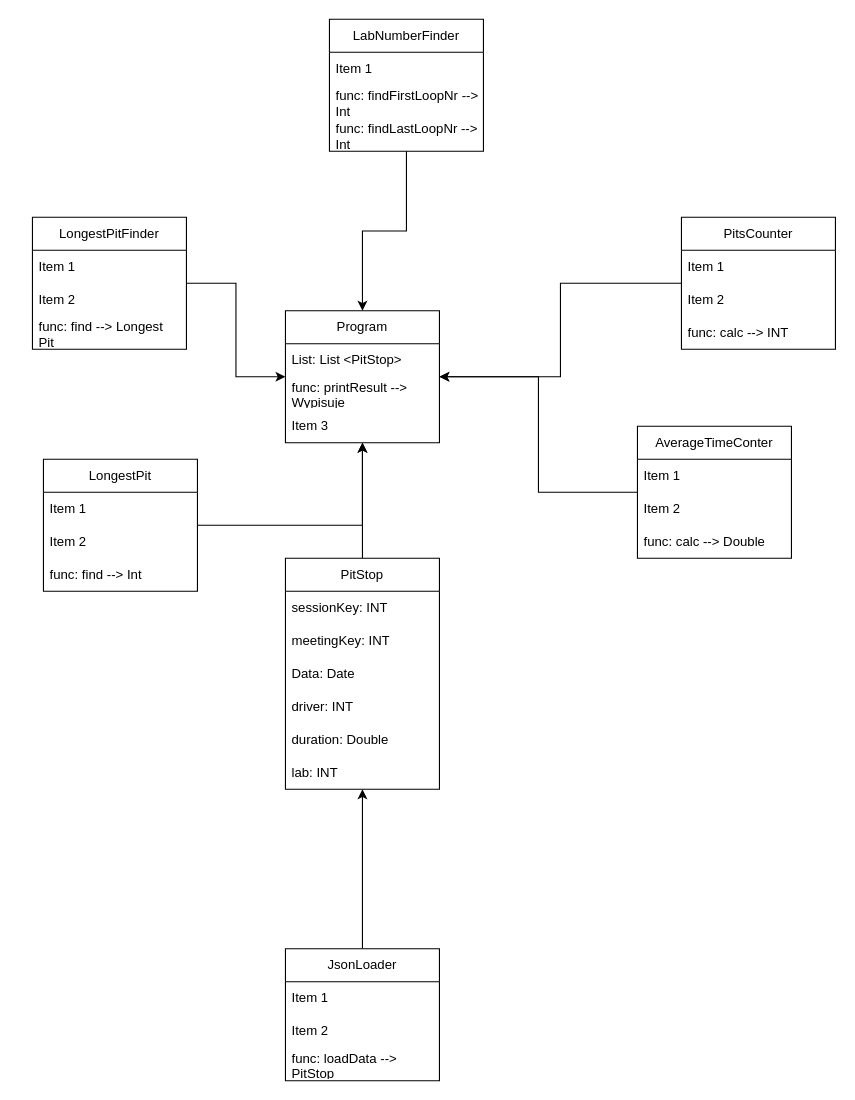
zajackrzysztof00/mwo-sample-project keeps this draw.io diagram as Arch(1).drawio. Above is the earlier version. Source tidied: cells renumbered, new cells numbered last; positions are measured from the earlier drawing's top-left corner, leaving out a move shared by most shapes. Both pictures are drawn from the tidied source at 110%, with x=0, y=0 at pixel (32, 19).
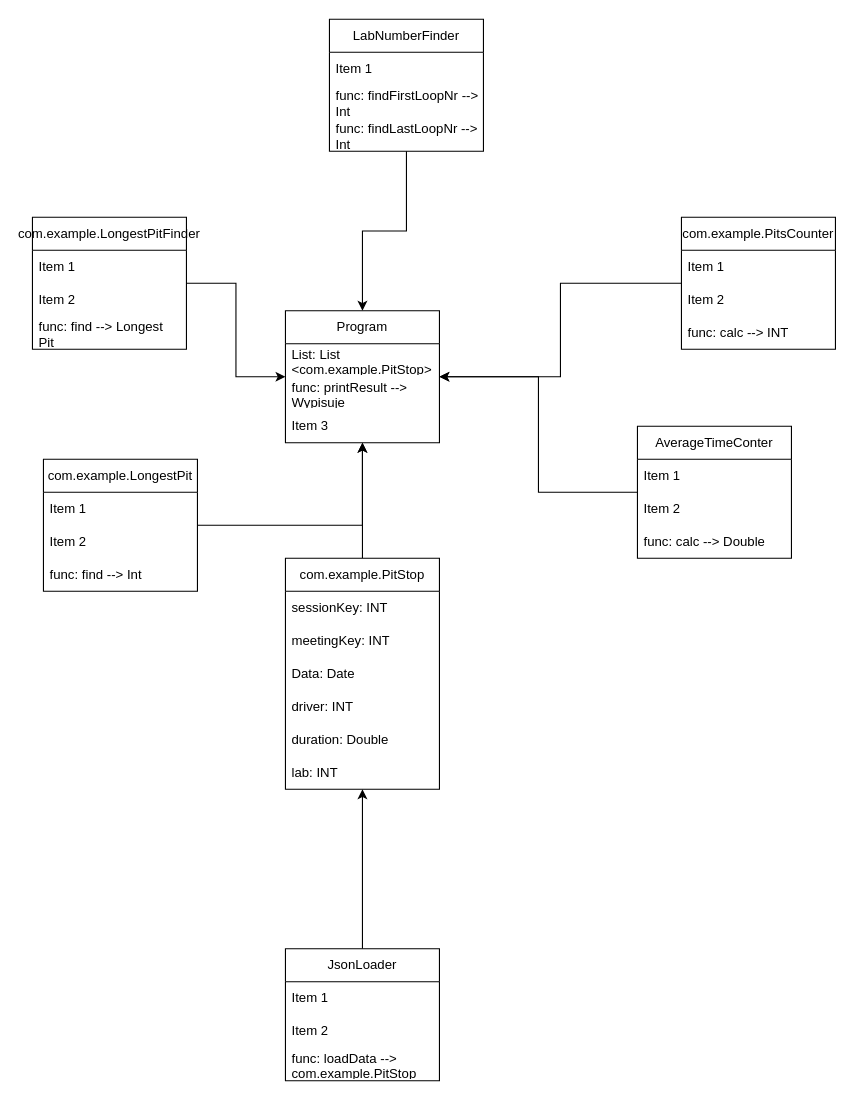
After the change.

The change refers to these unchanged cells:
```xml
<mxCell id="11" value="JsonLoader" style="swimlane;fontStyle=0;horizontal=1;startSize=30;whiteSpace=wrap;html=1;" parent="1" vertex="1">
  <mxGeometry x="230" y="845" width="140" height="120" as="geometry" />
</mxCell>
<mxCell id="40" value="Program" style="swimlane;fontStyle=0;horizontal=1;startSize=30;whiteSpace=wrap;html=1;" parent="1" vertex="1">
  <mxGeometry x="230" y="265" width="140" height="120" as="geometry" />
</mxCell>
```

Diff of the diagram source:
```diff
@@
-    <mxCell id="3" value="PitStop" style="swimlane;fontStyle=0;horizontal=1;startSize=30;whiteSpace=wrap;html=1;" parent="1" vertex="1">
+    <mxCell id="3" value="com.example.PitStop" style="swimlane;fontStyle=0;horizontal=1;startSize=30;whiteSpace=wrap;html=1;" parent="1" vertex="1">
       <mxGeometry x="230" y="490" width="140" height="210" as="geometry" />
     </mxCell>
@@
-    <mxCell id="14" value="func: loadData --&amp;gt; PitStop" style="text;strokeColor=none;fillColor=none;align=left;verticalAlign=middle;spacingLeft=4;spacingRight=4;overflow=hidden;whiteSpace=wrap;html=1;" parent="11" vertex="1">
+    <mxCell id="14" value="func: loadData --&amp;gt; com.example.PitStop" style="text;strokeColor=none;fillColor=none;align=left;verticalAlign=middle;spacingLeft=4;spacingRight=4;overflow=hidden;whiteSpace=wrap;html=1;" parent="11" vertex="1">
       <mxGeometry y="90" width="140" height="30" as="geometry" />
     </mxCell>
@@
-    <mxCell id="16" value="PitsCounter" style="swimlane;fontStyle=0;horizontal=1;startSize=30;whiteSpace=wrap;html=1;" parent="1" vertex="1">
+    <mxCell id="16" value="com.example.PitsCounter" style="swimlane;fontStyle=0;horizontal=1;startSize=30;whiteSpace=wrap;html=1;" parent="1" vertex="1">
       <mxGeometry x="590" y="180" width="140" height="120" as="geometry" />
     </mxCell>
@@
-    <mxCell id="21" value="LongestPitFinder" style="swimlane;fontStyle=0;horizontal=1;startSize=30;whiteSpace=wrap;html=1;" parent="1" vertex="1">
+    <mxCell id="21" value="com.example.LongestPitFinder" style="swimlane;fontStyle=0;horizontal=1;startSize=30;whiteSpace=wrap;html=1;" parent="1" vertex="1">
       <mxGeometry y="180" width="140" height="120" as="geometry" />
     </mxCell>
@@
-    <mxCell id="26" value="LongestPit" style="swimlane;fontStyle=0;horizontal=1;startSize=30;whiteSpace=wrap;html=1;" parent="1" vertex="1">
+    <mxCell id="26" value="com.example.LongestPit" style="swimlane;fontStyle=0;horizontal=1;startSize=30;whiteSpace=wrap;html=1;" parent="1" vertex="1">
       <mxGeometry x="10" y="400" width="140" height="120" as="geometry" />
     </mxCell>
@@
-    <mxCell id="41" value="List: List &amp;lt;PitStop&amp;gt;" style="text;strokeColor=none;fillColor=none;align=left;verticalAlign=middle;spacingLeft=4;spacingRight=4;overflow=hidden;whiteSpace=wrap;html=1;" parent="40" vertex="1">
+    <mxCell id="41" value="List: List &amp;lt;com.example.PitStop&amp;gt;" style="text;strokeColor=none;fillColor=none;align=left;verticalAlign=middle;spacingLeft=4;spacingRight=4;overflow=hidden;whiteSpace=wrap;html=1;" parent="40" vertex="1">
       <mxGeometry y="30" width="140" height="30" as="geometry" />
     </mxCell>
```
